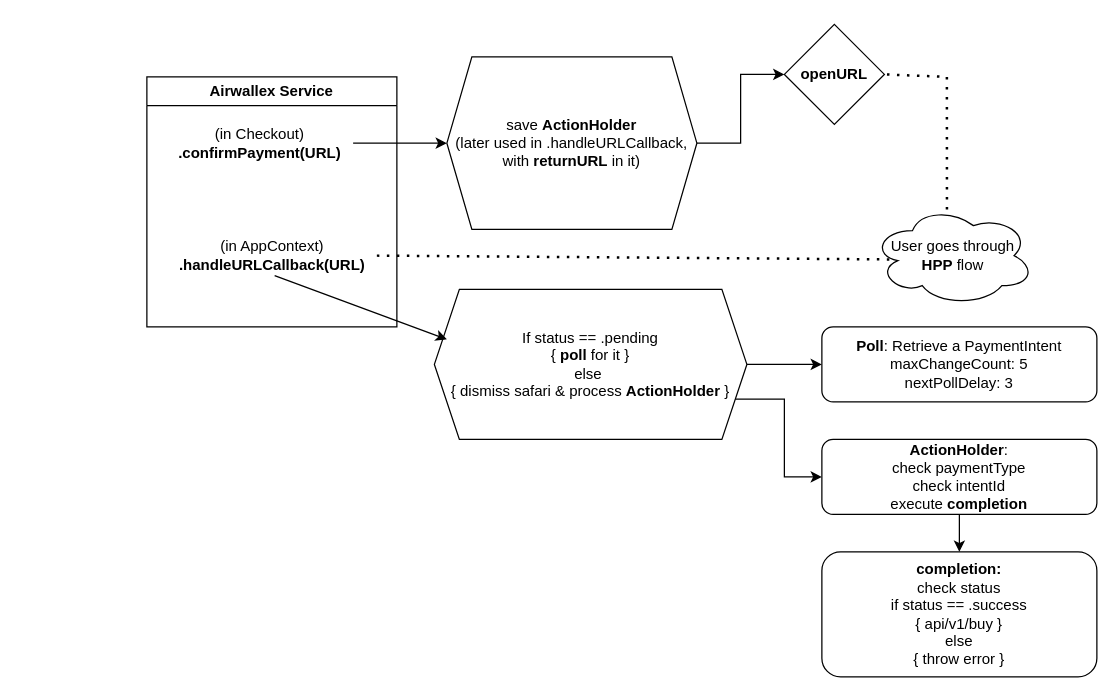
This is Airwallex.drawio from supersun17/Flow-charts, a draw.io file, before an edit. Source tidied: cells renumbered, new cells numbered last; positions are measured from the earlier drawing's top-left corner, leaving out a move shared by most shapes. Both pictures are drawn from the tidied source at 125%, with x=0, y=0 at pixel (146, 24).
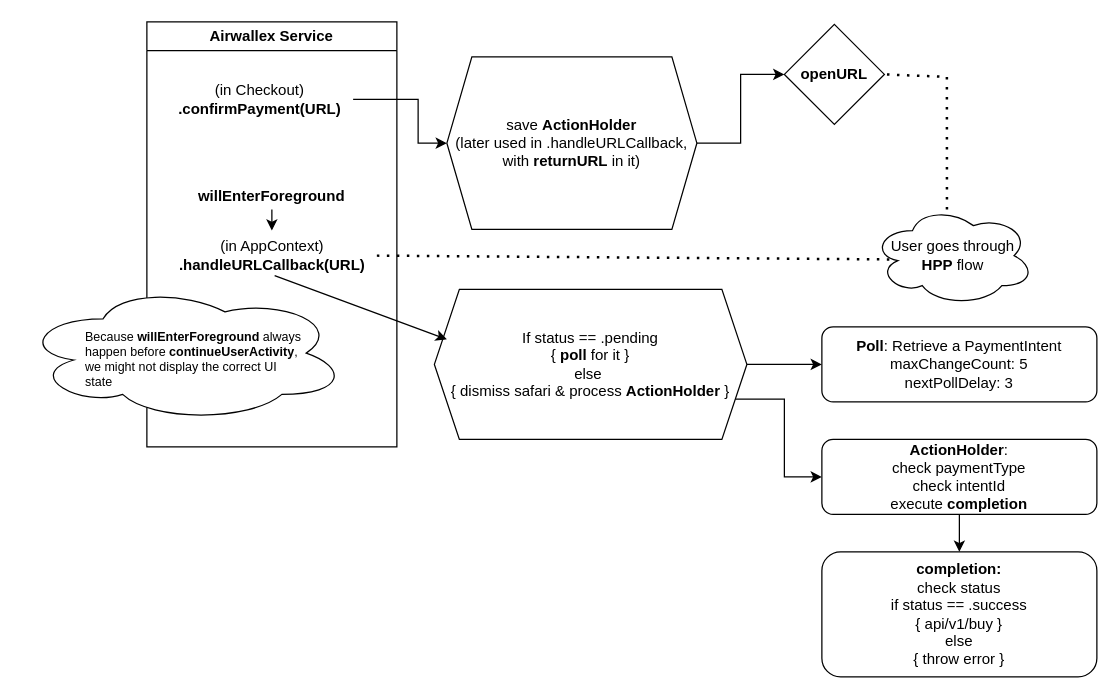
Above is the later version.

Unchanged cells that the change refers to:
```xml
<mxCell id="10" value="&lt;div&gt;(in AppContext)&lt;/div&gt;&lt;b&gt;.handleURLCallback(URL)&lt;/b&gt;" style="text;html=1;align=center;verticalAlign=middle;points=[];strokeColor=none;fillColor=none;" parent="1" vertex="1">
  <mxGeometry x="15" y="165" width="170" height="40" as="geometry" />
</mxCell>
```

The edit, as a diff of the source:
```diff
@@
     <mxCell id="2" value="Airwallex Service" style="swimlane;whiteSpace=wrap;html=1;" parent="1" vertex="1">
-      <mxGeometry y="42" width="200" height="200" as="geometry" />
+      <mxGeometry y="-2" width="200" height="340" as="geometry" />
     </mxCell>
+    <mxCell id="4" value="&lt;div&gt;(in Checkout)&lt;/div&gt;&lt;b&gt;.confirmPayment(URL)&lt;/b&gt;" style="text;html=1;align=center;verticalAlign=middle;points=[];strokeColor=none;fillColor=none;" parent="2" vertex="1">
+      <mxGeometry x="15" y="42" width="150" height="40" as="geometry" />
+    </mxCell>
+    <mxCell id="20" value="&lt;b&gt;willEnterForeground&lt;/b&gt;" style="text;html=1;align=center;verticalAlign=middle;whiteSpace=wrap;rounded=0;" parent="2" vertex="1">
+      <mxGeometry x="40" y="130" width="120" height="20" as="geometry" />
+    </mxCell>
+    <mxCell id="21" style="ellipse;shape=cloud;whiteSpace=wrap;html=1;align=left;fontSize=12;labelBorderColor=none;" parent="2" vertex="1">
+      <mxGeometry x="-100" y="210" width="260" height="110" as="geometry" />
+    </mxCell>
     <mxCell id="3" style="edgeStyle=orthogonalEdgeStyle;rounded=0;jettySize=auto;html=1;" parent="1" edge="1" source="4">
       <mxGeometry relative="1" as="geometry">
         <mxPoint x="240" y="95" as="targetPoint" />
+        <Array as="points">
+          <mxPoint x="217" y="60" />
+          <mxPoint x="217" y="95" />
+        </Array>
       </mxGeometry>
     </mxCell>
-    <mxCell id="4" value="&lt;div&gt;(in Checkout)&lt;/div&gt;&lt;b&gt;.confirmPayment(URL)&lt;/b&gt;" style="text;html=1;align=center;verticalAlign=middle;points=[];strokeColor=none;fillColor=none;" parent="1" vertex="1">
-      <mxGeometry x="15" y="75" width="150" height="40" as="geometry" />
-    </mxCell>
@@
+    <mxCell id="22" style="endArrow=classic;html=1;rounded=0;exitX=0.5;exitY=1;exitDx=0;exitDy=0;" parent="1" edge="1" source="20" target="10">
+      <mxGeometry relative="1" as="geometry" />
+    </mxCell>
+    <mxCell id="23" value="&lt;span style=&quot;&quot;&gt;Because&amp;nbsp;&lt;/span&gt;&lt;b style=&quot;&quot;&gt;willEnterForeground&lt;/b&gt;&lt;span style=&quot;&quot;&gt;&amp;nbsp;always happen before&amp;nbsp;&lt;/span&gt;&lt;b style=&quot;&quot;&gt;continueUserActivity&lt;/b&gt;&lt;span style=&quot;&quot;&gt;, we might not display the correct UI state&amp;nbsp;&lt;/span&gt;" style="text;html=1;align=left;verticalAlign=middle;whiteSpace=wrap;rounded=0;fontSize=10;" parent="1" vertex="1">
+      <mxGeometry x="-51.5" y="253" width="91.5" height="30" as="geometry" />
+    </mxCell>
```
